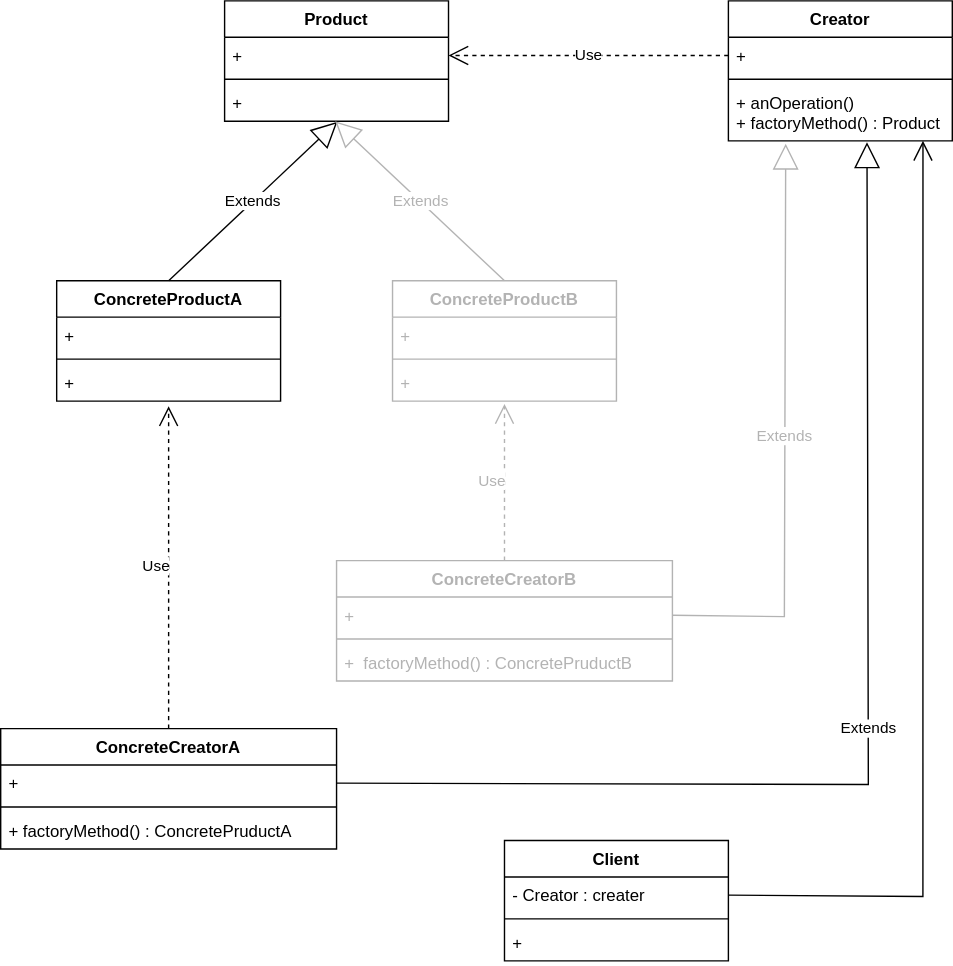
Above: app/src/main/resources/factory_method/FactoryMethod_ClassDiagram.drawio.svg in jongHyeon0000/DesignPattern-example (draw.io), before the change. Source tidied: cells renumbered, new cells last; positions are measured from the earlier drawing's top-left corner, leaving out a move shared by most shapes.
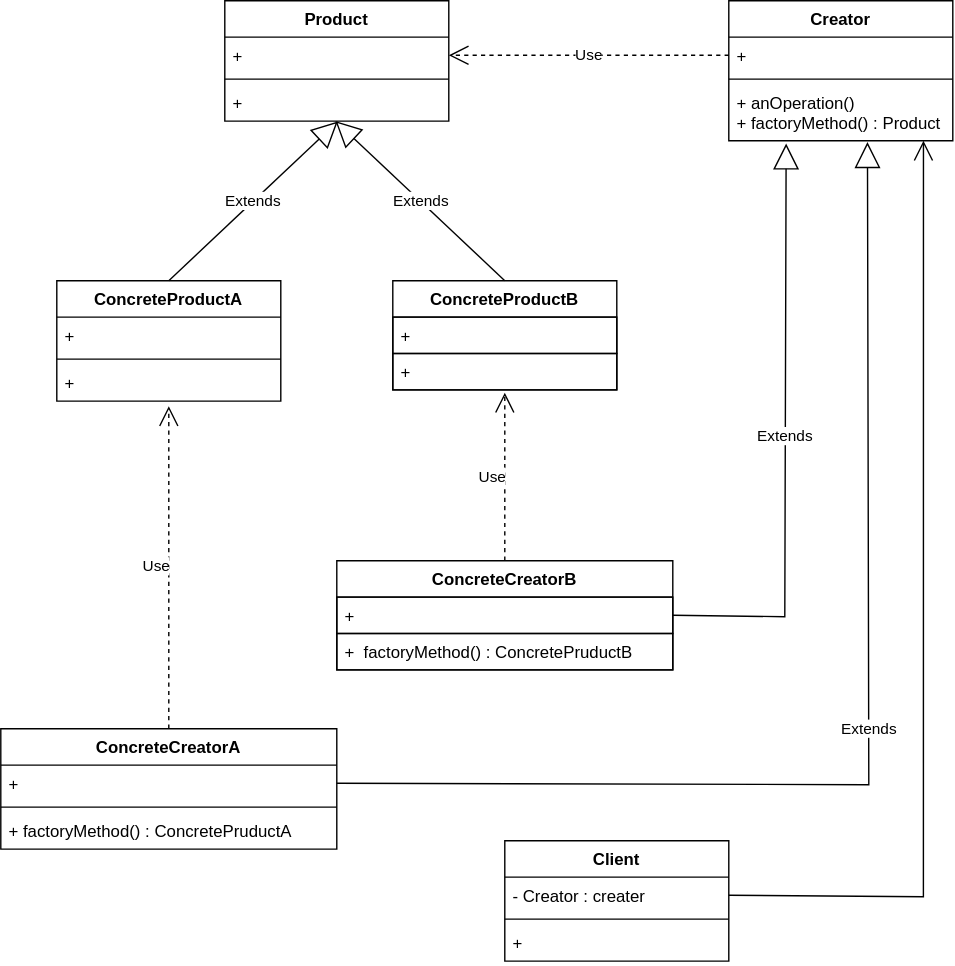
After the commit.

What changed in the source:
```diff
@@ -41,19 +41,16 @@
     <mxCell id="14" value="+ anOperation()&#10;+ factoryMethod() : Product" style="text;strokeColor=none;fillColor=none;align=left;verticalAlign=top;spacingLeft=4;spacingRight=4;overflow=hidden;points=[[0,0.5],[1,0.5]];portConstraint=eastwest;" parent="11" vertex="1">
       <mxGeometry y="60" width="160" height="40" as="geometry" />
     </mxCell>
-    <mxCell id="15" value="ConcreteProductB" style="swimlane;fontStyle=1;align=center;verticalAlign=top;horizontal=1;startSize=26;shadow=0;swimlaneLine=1;fillOpacity=100;strokeColor=#B3B3B3;fontColor=#B3B3B3;" parent="1" vertex="1">
-      <mxGeometry x="280" y="200" width="160" height="86" as="geometry" />
+    <mxCell id="15" value="ConcreteProductB" style="swimlane;fontStyle=1;align=center;verticalAlign=top;horizontal=1;startSize=26;shadow=0;swimlaneLine=1;fillOpacity=100;strokeColor=#000000;fontColor=#000000;" parent="1" vertex="1">
+      <mxGeometry x="280" y="200" width="160" height="78" as="geometry" />
     </mxCell>
-    <mxCell id="16" value="+ " style="text;strokeColor=none;fillColor=none;align=left;verticalAlign=top;spacingLeft=4;spacingRight=4;overflow=hidden;fontColor=#B3B3B3;" parent="15" vertex="1">
+    <mxCell id="16" value="+ " style="text;strokeColor=#000000;fillColor=none;align=left;verticalAlign=top;spacingLeft=4;spacingRight=4;overflow=hidden;fontColor=#000000;" parent="15" vertex="1">
       <mxGeometry y="26" width="160" height="26" as="geometry" />
     </mxCell>
-    <mxCell id="17" style="line;strokeWidth=1;fillColor=none;align=left;verticalAlign=middle;spacingTop=-1;spacingLeft=3;spacingRight=3;labelPosition=right;fontColor=#B3B3B3;strokeColor=#B3B3B3;" parent="15" vertex="1">
-      <mxGeometry y="52" width="160" height="8" as="geometry" />
-    </mxCell>
-    <mxCell id="18" value="+&#10;" style="text;strokeColor=none;fillColor=none;align=left;verticalAlign=top;spacingLeft=4;spacingRight=4;overflow=hidden;points=[[0,0.5],[1,0.5]];portConstraint=eastwest;fontColor=#B3B3B3;" parent="15" vertex="1">
-      <mxGeometry y="60" width="160" height="26" as="geometry" />
+    <mxCell id="18" value="+&#10;" style="text;strokeColor=#000000;fillColor=none;align=left;verticalAlign=top;spacingLeft=4;spacingRight=4;overflow=hidden;points=[[0,0.5],[1,0.5]];portConstraint=eastwest;fontColor=#000000;" parent="15" vertex="1">
+      <mxGeometry y="52" width="160" height="26" as="geometry" />
     </mxCell>
-    <mxCell id="19" value="Extends" style="endArrow=block;endSize=16;endFill=0;html=1;rounded=0;exitX=0.5;exitY=0;exitDx=0;exitDy=0;entryX=0.494;entryY=1;entryDx=0;entryDy=0;entryPerimeter=0;shadow=0;swimlaneLine=1;fillOpacity=100;strokeColor=#B3B3B3;fontColor=#B3B3B3;" parent="1" edge="1" source="15" target="5">
+    <mxCell id="19" value="Extends" style="endArrow=block;endSize=16;endFill=0;html=1;rounded=0;exitX=0.5;exitY=0;exitDx=0;exitDy=0;entryX=0.494;entryY=1;entryDx=0;entryDy=0;entryPerimeter=0;shadow=0;swimlaneLine=1;fillOpacity=100;strokeColor=#000000;fontColor=#000000;" parent="1" edge="1" source="15" target="5">
       <mxGeometry relative="1" as="geometry" />
     </mxCell>
     <mxCell id="20" value="Use" style="endArrow=open;endSize=12;dashed=1;html=1;rounded=0;entryX=0.5;entryY=1.141;entryDx=0;entryDy=0;entryPerimeter=0;startArrow=none;exitX=0.5;exitY=0;exitDx=0;exitDy=0;" parent="1" edge="1" source="23" target="9">
@@ -62,7 +59,7 @@
     <mxCell id="21" value="Use" style="endArrow=open;endSize=12;dashed=1;html=1;rounded=0;entryX=1;entryY=0.5;entryDx=0;entryDy=0;exitX=0;exitY=0.5;exitDx=0;exitDy=0;" parent="1" edge="1" source="12" target="3">
       <mxGeometry relative="1" as="geometry" />
     </mxCell>
-    <mxCell id="22" value="Extends" style="endArrow=block;endSize=16;endFill=0;html=1;rounded=0;exitX=1;exitY=0.5;exitDx=0;exitDy=0;entryX=0.256;entryY=1.05;entryDx=0;entryDy=0;entryPerimeter=0;shadow=0;swimlaneLine=1;fillOpacity=100;strokeColor=#B3B3B3;fontColor=#B3B3B3;" parent="1" edge="1" source="28" target="14">
+    <mxCell id="22" value="Extends" style="endArrow=block;endSize=16;endFill=0;html=1;rounded=0;exitX=1;exitY=0.5;exitDx=0;exitDy=0;entryX=0.256;entryY=1.05;entryDx=0;entryDy=0;entryPerimeter=0;shadow=0;swimlaneLine=1;fillOpacity=100;strokeColor=default;fontColor=#000000;" parent="1" edge="1" source="28" target="14">
       <mxGeometry relative="1" as="geometry">
         <Array as="points">
           <mxPoint x="560" y="440" />
@@ -81,19 +78,16 @@
     <mxCell id="26" value="+ factoryMethod() : ConcretePruductA&#10;" style="text;strokeColor=none;fillColor=none;align=left;verticalAlign=top;spacingLeft=4;spacingRight=4;overflow=hidden;" parent="23" vertex="1">
       <mxGeometry y="60" width="240" height="26" as="geometry" />
     </mxCell>
-    <mxCell id="27" value="ConcreteCreatorB" style="swimlane;fontStyle=1;align=center;verticalAlign=top;horizontal=1;startSize=26;shadow=0;swimlaneLine=1;fillOpacity=100;strokeColor=#B3B3B3;fontColor=#B3B3B3;" parent="1" vertex="1">
-      <mxGeometry x="240" y="400" width="240" height="86" as="geometry" />
+    <mxCell id="27" value="ConcreteCreatorB" style="swimlane;fontStyle=1;align=center;verticalAlign=top;horizontal=1;startSize=26;shadow=0;swimlaneLine=1;fillOpacity=100;strokeColor=#000000;fontColor=#000000;" parent="1" vertex="1">
+      <mxGeometry x="240" y="400" width="240" height="78" as="geometry" />
     </mxCell>
-    <mxCell id="28" value="+ " style="text;strokeColor=none;fillColor=none;align=left;verticalAlign=top;spacingLeft=4;spacingRight=4;overflow=hidden;points=[[0,0.5],[1,0.5]];portConstraint=eastwest;fontColor=#B3B3B3;" parent="27" vertex="1">
+    <mxCell id="28" value="+ " style="text;strokeColor=#000000;fillColor=none;align=left;verticalAlign=top;spacingLeft=4;spacingRight=4;overflow=hidden;points=[[0,0.5],[1,0.5]];portConstraint=eastwest;fontColor=#000000;" parent="27" vertex="1">
       <mxGeometry y="26" width="240" height="26" as="geometry" />
     </mxCell>
-    <mxCell id="29" style="line;strokeWidth=1;fillColor=none;align=left;verticalAlign=middle;spacingTop=-1;spacingLeft=3;spacingRight=3;labelPosition=right;fontColor=#B3B3B3;strokeColor=#B3B3B3;" parent="27" vertex="1">
-      <mxGeometry y="52" width="240" height="8" as="geometry" />
-    </mxCell>
-    <mxCell id="30" value="+  factoryMethod() : ConcretePruductB&#10;" style="text;strokeColor=none;fillColor=none;align=left;verticalAlign=top;spacingLeft=4;spacingRight=4;overflow=hidden;fontColor=#B3B3B3;" parent="27" vertex="1">
-      <mxGeometry y="60" width="240" height="26" as="geometry" />
+    <mxCell id="30" value="+  factoryMethod() : ConcretePruductB&#10;" style="text;strokeColor=#000000;fillColor=none;align=left;verticalAlign=top;spacingLeft=4;spacingRight=4;overflow=hidden;fontColor=#000000;" parent="27" vertex="1">
+      <mxGeometry y="52" width="240" height="26" as="geometry" />
     </mxCell>
-    <mxCell id="31" value="Use" style="endArrow=open;endSize=12;dashed=1;html=1;rounded=0;entryX=0.5;entryY=1.077;entryDx=0;entryDy=0;entryPerimeter=0;startArrow=none;exitX=0.5;exitY=0;exitDx=0;exitDy=0;shadow=0;swimlaneLine=1;fillOpacity=100;strokeColor=#B3B3B3;fontColor=#B3B3B3;" parent="1" edge="1" source="27" target="18">
+    <mxCell id="31" value="Use" style="endArrow=open;endSize=12;dashed=1;html=1;rounded=0;entryX=0.5;entryY=1.077;entryDx=0;entryDy=0;entryPerimeter=0;startArrow=none;exitX=0.5;exitY=0;exitDx=0;exitDy=0;shadow=0;swimlaneLine=1;fillOpacity=100;strokeColor=#000000;fontColor=#000000;" parent="1" edge="1" source="27" target="18">
       <mxGeometry x="0.01" y="9" relative="1" as="geometry" />
     </mxCell>
     <mxCell id="32" value="Extends" style="endArrow=block;endSize=16;endFill=0;html=1;rounded=0;exitX=1;exitY=0.5;exitDx=0;exitDy=0;entryX=0.619;entryY=1.025;entryDx=0;entryDy=0;entryPerimeter=0;" parent="1" edge="1" source="24" target="14">
```
